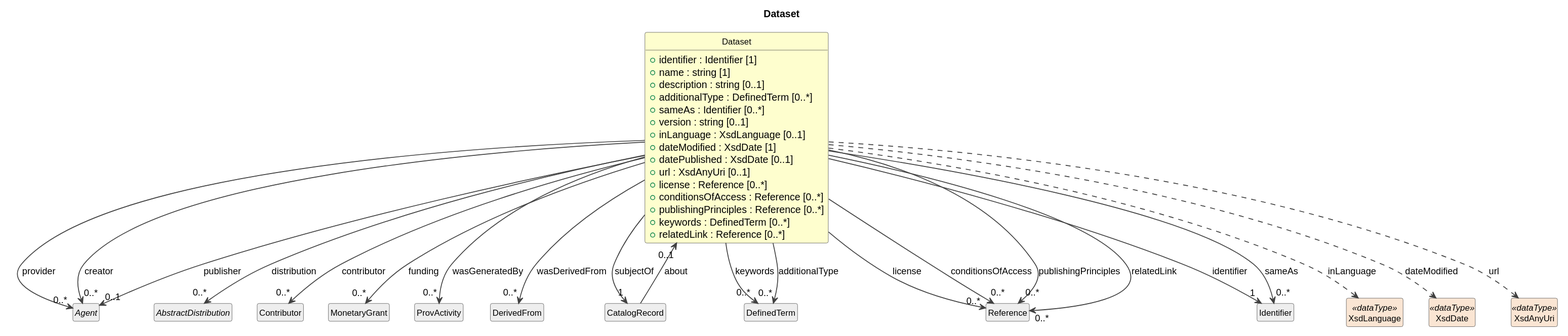
Before: cdif-uml-model/_plantuml/cdifArchiveDistribution/Classes/Dataset.svg, a diagram exported from PlantUML (Cross-Domain-Interoperability-Framework/metadataBuildingBlocks). Source of this version:
```plantuml
@startuml
title Dataset
hide circle
hide empty members
skinparam shadowing false
skinparam ArrowThickness 1.2
skinparam class {
  ArrowColor #404040
  BorderColor #404040
  FontSize 12
}

class "Dataset" as Dataset #FEFECE {
  +identifier : Identifier [1]
  +name : string [1]
  +description : string [0..1]
  +additionalType : DefinedTerm [0..*]
  +sameAs : Identifier [0..*]
  +version : string [0..1]
  +inLanguage : XsdLanguage [0..1]
  +dateModified : XsdDate [1]
  +datePublished : XsdDate [0..1]
  +url : XsdAnyUri [0..1]
  +license : Reference [0..*]
  +conditionsOfAccess : Reference [0..*]
  +publishingPrinciples : Reference [0..*]
  +keywords : DefinedTerm [0..*]
  +relatedLink : Reference [0..*]
}
abstract class "Agent" as Agent #EEEEEE
Dataset --> "0..*" Agent : provider
abstract class "AbstractDistribution" as AbstractDistribution #EEEEEE
Dataset --> "0..*" AbstractDistribution : distribution
Dataset --> "0..*" Agent : creator
class "Contributor" as Contributor #EEEEEE
Dataset --> "0..*" Contributor : contributor
Dataset --> "0..1" Agent : publisher
class "MonetaryGrant" as MonetaryGrant #EEEEEE
Dataset --> "0..*" MonetaryGrant : funding
class "ProvActivity" as ProvActivity #EEEEEE
Dataset --> "0..*" ProvActivity : wasGeneratedBy
class "DerivedFrom" as DerivedFrom #EEEEEE
Dataset --> "0..*" DerivedFrom : wasDerivedFrom
class "CatalogRecord" as CatalogRecord #EEEEEE
Dataset --> "1" CatalogRecord : subjectOf
class "DefinedTerm" as DefinedTerm #EEEEEE
Dataset --> "0..*" DefinedTerm : keywords
class "Reference" as Reference #EEEEEE
Dataset --> "0..*" Reference : license
CatalogRecord --> "0..1" Dataset : about
class "Identifier" as Identifier #EEEEEE
Dataset --> "1" Identifier : identifier
Dataset --> "0..*" DefinedTerm : additionalType
Dataset --> "0..*" Identifier : sameAs
class "XsdLanguage" as XsdLanguage <<dataType>> #FAE5D3
Dataset ..> XsdLanguage : inLanguage
class "XsdDate" as XsdDate <<dataType>> #FAE5D3
Dataset ..> XsdDate : dateModified
class "XsdAnyUri" as XsdAnyUri <<dataType>> #FAE5D3
Dataset ..> XsdAnyUri : url
Dataset --> "0..*" Reference : conditionsOfAccess
Dataset --> "0..*" Reference : publishingPrinciples
Dataset --> "0..*" Reference : relatedLink
@enduml
```
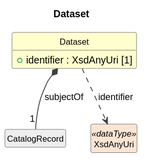
The same diagram one commit later.

Diff of the diagram source:
```diff
@@ -11,54 +11,10 @@
 }
 
 class "Dataset" as Dataset #FEFECE {
-  +identifier : Identifier [1]
-  +name : string [1]
-  +description : string [0..1]
-  +additionalType : DefinedTerm [0..*]
-  +sameAs : Identifier [0..*]
-  +version : string [0..1]
-  +inLanguage : XsdLanguage [0..1]
-  +dateModified : XsdDate [1]
-  +datePublished : XsdDate [0..1]
-  +url : XsdAnyUri [0..1]
-  +license : Reference [0..*]
-  +conditionsOfAccess : Reference [0..*]
-  +publishingPrinciples : Reference [0..*]
-  +keywords : DefinedTerm [0..*]
-  +relatedLink : Reference [0..*]
+  +identifier : XsdAnyUri [1]
 }
-abstract class "Agent" as Agent #EEEEEE
-Dataset --> "0..*" Agent : provider
-abstract class "AbstractDistribution" as AbstractDistribution #EEEEEE
-Dataset --> "0..*" AbstractDistribution : distribution
-Dataset --> "0..*" Agent : creator
-class "Contributor" as Contributor #EEEEEE
-Dataset --> "0..*" Contributor : contributor
-Dataset --> "0..1" Agent : publisher
-class "MonetaryGrant" as MonetaryGrant #EEEEEE
-Dataset --> "0..*" MonetaryGrant : funding
-class "ProvActivity" as ProvActivity #EEEEEE
-Dataset --> "0..*" ProvActivity : wasGeneratedBy
-class "DerivedFrom" as DerivedFrom #EEEEEE
-Dataset --> "0..*" DerivedFrom : wasDerivedFrom
 class "CatalogRecord" as CatalogRecord #EEEEEE
-Dataset --> "1" CatalogRecord : subjectOf
-class "DefinedTerm" as DefinedTerm #EEEEEE
-Dataset --> "0..*" DefinedTerm : keywords
-class "Reference" as Reference #EEEEEE
-Dataset --> "0..*" Reference : license
-CatalogRecord --> "0..1" Dataset : about
-class "Identifier" as Identifier #EEEEEE
-Dataset --> "1" Identifier : identifier
-Dataset --> "0..*" DefinedTerm : additionalType
-Dataset --> "0..*" Identifier : sameAs
-class "XsdLanguage" as XsdLanguage <<dataType>> #FAE5D3
-Dataset ..> XsdLanguage : inLanguage
-class "XsdDate" as XsdDate <<dataType>> #FAE5D3
-Dataset ..> XsdDate : dateModified
+Dataset *-- "1" CatalogRecord : subjectOf
 class "XsdAnyUri" as XsdAnyUri <<dataType>> #FAE5D3
-Dataset ..> XsdAnyUri : url
-Dataset --> "0..*" Reference : conditionsOfAccess
-Dataset --> "0..*" Reference : publishingPrinciples
-Dataset --> "0..*" Reference : relatedLink
+Dataset ..> XsdAnyUri : identifier
 @enduml
```
